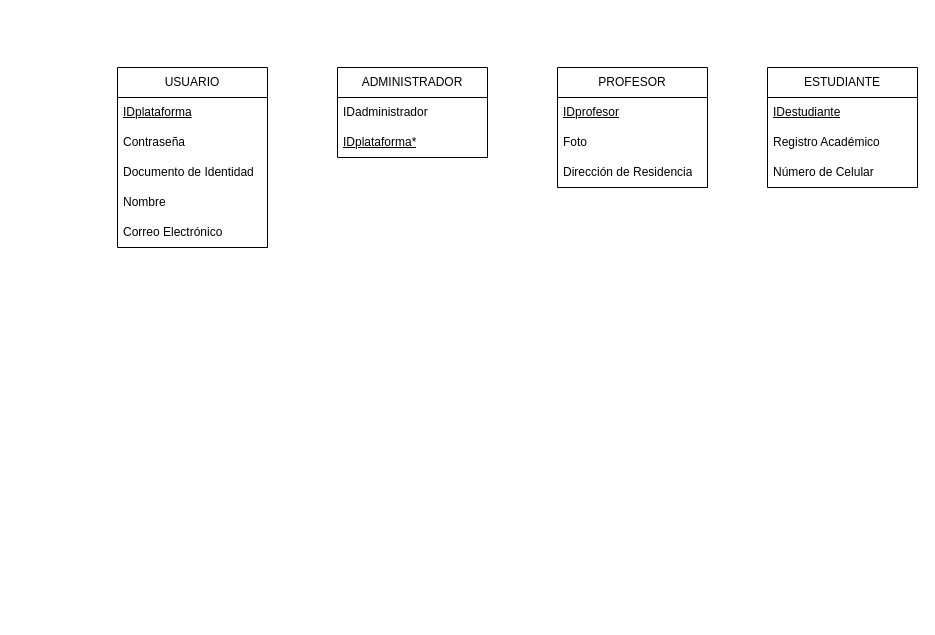
Before: Attenzio Esquema Relacional.drawio in 18luisc/Attenzio, a draw.io diagram. Source tidied: cells renumbered, new cells numbered last; positions are measured from the earlier drawing's top-left corner, leaving out a move shared by most shapes. Both pictures are drawn from the tidied source at 100%, with x=0, y=0 at pixel (117, 67).
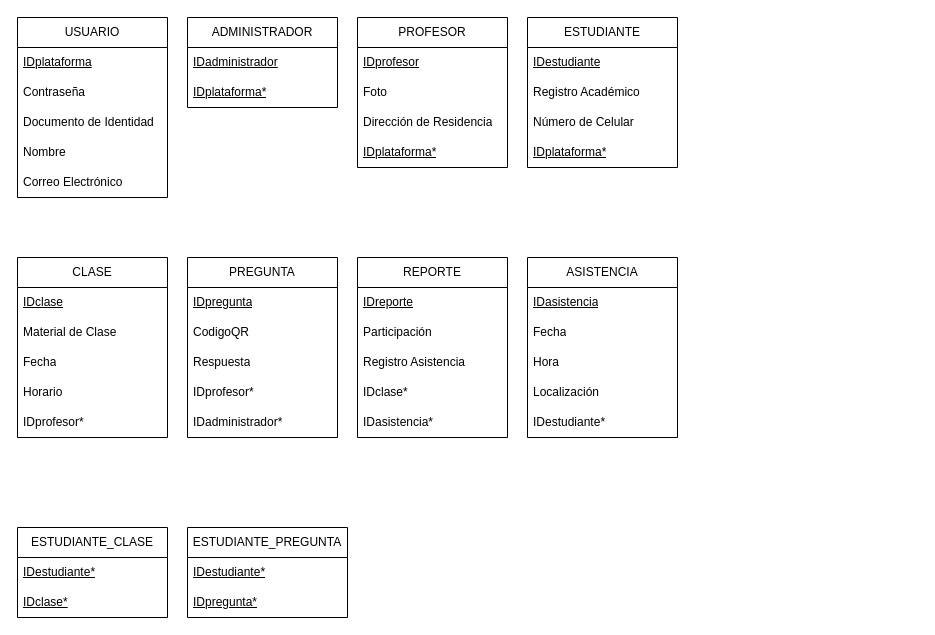
After the change.

Commit message:
Creación de las entidades faltantes REL

What changed in the source:
```diff
@@
     <mxCell id="2" value="USUARIO" style="swimlane;fontStyle=0;horizontal=1;startSize=30;whiteSpace=wrap;html=1;" parent="1" vertex="1">
-      <mxGeometry width="150" height="180" as="geometry" />
+      <mxGeometry x="-100" y="-50" width="150" height="180" as="geometry" />
     </mxCell>
@@
     <mxCell id="8" value="ADMINISTRADOR" style="swimlane;fontStyle=0;horizontal=1;startSize=30;whiteSpace=wrap;html=1;" parent="1" vertex="1">
-      <mxGeometry x="220" width="150" height="90" as="geometry" />
+      <mxGeometry x="70" y="-50" width="150" height="90" as="geometry" />
     </mxCell>
-    <mxCell id="9" value="IDadministrador" style="text;strokeColor=none;fillColor=none;align=left;verticalAlign=middle;spacingLeft=4;spacingRight=4;overflow=hidden;whiteSpace=wrap;html=1;" parent="8" vertex="1">
+    <mxCell id="9" value="&lt;u&gt;IDadministrador&lt;/u&gt;" style="text;strokeColor=none;fillColor=none;align=left;verticalAlign=middle;spacingLeft=4;spacingRight=4;overflow=hidden;whiteSpace=wrap;html=1;" parent="8" vertex="1">
       <mxGeometry y="30" width="150" height="30" as="geometry" />
     </mxCell>
@@
     <mxCell id="11" value="PROFESOR" style="swimlane;fontStyle=0;horizontal=1;startSize=30;whiteSpace=wrap;html=1;" parent="1" vertex="1">
-      <mxGeometry x="440" width="150" height="120" as="geometry" />
+      <mxGeometry x="240" y="-50" width="150" height="150" as="geometry" />
     </mxCell>
@@
+    <mxCell id="19" value="&lt;u&gt;IDplataforma*&lt;/u&gt;" style="text;strokeColor=none;fillColor=none;align=left;verticalAlign=middle;spacingLeft=4;spacingRight=4;overflow=hidden;whiteSpace=wrap;html=1;" parent="11" vertex="1">
+      <mxGeometry y="120" width="150" height="30" as="geometry" />
+    </mxCell>
     <mxCell id="15" value="ESTUDIANTE" style="swimlane;fontStyle=0;horizontal=1;startSize=30;whiteSpace=wrap;html=1;" parent="1" vertex="1">
-      <mxGeometry x="650" width="150" height="120" as="geometry" />
+      <mxGeometry x="410" y="-50" width="150" height="150" as="geometry" />
     </mxCell>
@@
+    <mxCell id="20" value="&lt;u&gt;IDplataforma*&lt;/u&gt;" style="text;strokeColor=none;fillColor=none;align=left;verticalAlign=middle;spacingLeft=4;spacingRight=4;overflow=hidden;whiteSpace=wrap;html=1;" parent="15" vertex="1">
+      <mxGeometry y="120" width="150" height="30" as="geometry" />
+    </mxCell>
+    <mxCell id="21" value="CLASE" style="swimlane;fontStyle=0;horizontal=1;startSize=30;whiteSpace=wrap;html=1;" parent="1" vertex="1">
+      <mxGeometry x="-100" y="190" width="150" height="180" as="geometry" />
+    </mxCell>
+    <mxCell id="22" value="&lt;u&gt;IDclase&lt;/u&gt;" style="text;strokeColor=none;fillColor=none;align=left;verticalAlign=middle;spacingLeft=4;spacingRight=4;overflow=hidden;whiteSpace=wrap;html=1;" parent="21" vertex="1">
+      <mxGeometry y="30" width="150" height="30" as="geometry" />
+    </mxCell>
+    <mxCell id="23" value="Material de Clase" style="text;strokeColor=none;fillColor=none;align=left;verticalAlign=middle;spacingLeft=4;spacingRight=4;overflow=hidden;whiteSpace=wrap;html=1;" parent="21" vertex="1">
+      <mxGeometry y="60" width="150" height="30" as="geometry" />
+    </mxCell>
+    <mxCell id="24" value="Fecha" style="text;strokeColor=none;fillColor=none;align=left;verticalAlign=middle;spacingLeft=4;spacingRight=4;overflow=hidden;whiteSpace=wrap;html=1;" parent="21" vertex="1">
+      <mxGeometry y="90" width="150" height="30" as="geometry" />
+    </mxCell>
+    <mxCell id="25" value="Horario" style="text;strokeColor=none;fillColor=none;align=left;verticalAlign=middle;spacingLeft=4;spacingRight=4;overflow=hidden;whiteSpace=wrap;html=1;" parent="21" vertex="1">
+      <mxGeometry y="120" width="150" height="30" as="geometry" />
+    </mxCell>
+    <mxCell id="26" value="IDprofesor*" style="text;strokeColor=none;fillColor=none;align=left;verticalAlign=middle;spacingLeft=4;spacingRight=4;overflow=hidden;whiteSpace=wrap;html=1;" parent="21" vertex="1">
+      <mxGeometry y="150" width="150" height="30" as="geometry" />
+    </mxCell>
+    <mxCell id="27" value="PREGUNTA" style="swimlane;fontStyle=0;horizontal=1;startSize=30;whiteSpace=wrap;html=1;" parent="1" vertex="1">
+      <mxGeometry x="70" y="190" width="150" height="180" as="geometry" />
+    </mxCell>
+    <mxCell id="28" value="&lt;u&gt;IDpregunta&lt;/u&gt;" style="text;strokeColor=none;fillColor=none;align=left;verticalAlign=middle;spacingLeft=4;spacingRight=4;overflow=hidden;whiteSpace=wrap;html=1;" parent="27" vertex="1">
+      <mxGeometry y="30" width="150" height="30" as="geometry" />
+    </mxCell>
+    <mxCell id="29" value="CodigoQR" style="text;strokeColor=none;fillColor=none;align=left;verticalAlign=middle;spacingLeft=4;spacingRight=4;overflow=hidden;whiteSpace=wrap;html=1;" parent="27" vertex="1">
+      <mxGeometry y="60" width="150" height="30" as="geometry" />
+    </mxCell>
+    <mxCell id="30" value="Respuesta" style="text;strokeColor=none;fillColor=none;align=left;verticalAlign=middle;spacingLeft=4;spacingRight=4;overflow=hidden;whiteSpace=wrap;html=1;" parent="27" vertex="1">
+      <mxGeometry y="90" width="150" height="30" as="geometry" />
+    </mxCell>
+    <mxCell id="31" value="IDprofesor*" style="text;strokeColor=none;fillColor=none;align=left;verticalAlign=middle;spacingLeft=4;spacingRight=4;overflow=hidden;whiteSpace=wrap;html=1;" parent="27" vertex="1">
+      <mxGeometry y="120" width="150" height="30" as="geometry" />
+    </mxCell>
+    <mxCell id="32" value="IDadministrador*" style="text;strokeColor=none;fillColor=none;align=left;verticalAlign=middle;spacingLeft=4;spacingRight=4;overflow=hidden;whiteSpace=wrap;html=1;" parent="27" vertex="1">
+      <mxGeometry y="150" width="150" height="30" as="geometry" />
+    </mxCell>
+    <mxCell id="33" value="REPORTE" style="swimlane;fontStyle=0;horizontal=1;startSize=30;whiteSpace=wrap;html=1;" parent="1" vertex="1">
+      <mxGeometry x="240" y="190" width="150" height="180" as="geometry" />
+    </mxCell>
+    <mxCell id="34" value="&lt;u&gt;IDreporte&lt;/u&gt;" style="text;strokeColor=none;fillColor=none;align=left;verticalAlign=middle;spacingLeft=4;spacingRight=4;overflow=hidden;whiteSpace=wrap;html=1;" parent="33" vertex="1">
+      <mxGeometry y="30" width="150" height="30" as="geometry" />
+    </mxCell>
+    <mxCell id="35" value="Participación" style="text;strokeColor=none;fillColor=none;align=left;verticalAlign=middle;spacingLeft=4;spacingRight=4;overflow=hidden;whiteSpace=wrap;html=1;" parent="33" vertex="1">
+      <mxGeometry y="60" width="150" height="30" as="geometry" />
+    </mxCell>
+    <mxCell id="36" value="Registro Asistencia" style="text;strokeColor=none;fillColor=none;align=left;verticalAlign=middle;spacingLeft=4;spacingRight=4;overflow=hidden;whiteSpace=wrap;html=1;" parent="33" vertex="1">
+      <mxGeometry y="90" width="150" height="30" as="geometry" />
+    </mxCell>
+    <mxCell id="37" value="IDclase*" style="text;strokeColor=none;fillColor=none;align=left;verticalAlign=middle;spacingLeft=4;spacingRight=4;overflow=hidden;whiteSpace=wrap;html=1;" parent="33" vertex="1">
+      <mxGeometry y="120" width="150" height="30" as="geometry" />
+    </mxCell>
+    <mxCell id="38" value="IDasistencia*" style="text;strokeColor=none;fillColor=none;align=left;verticalAlign=middle;spacingLeft=4;spacingRight=4;overflow=hidden;whiteSpace=wrap;html=1;" parent="33" vertex="1">
+      <mxGeometry y="150" width="150" height="30" as="geometry" />
+    </mxCell>
+    <mxCell id="39" value="ASISTENCIA" style="swimlane;fontStyle=0;horizontal=1;startSize=30;whiteSpace=wrap;html=1;" parent="1" vertex="1">
+      <mxGeometry x="410" y="190" width="150" height="180" as="geometry" />
+    </mxCell>
+    <mxCell id="40" value="&lt;u&gt;IDasistencia&lt;/u&gt;" style="text;strokeColor=none;fillColor=none;align=left;verticalAlign=middle;spacingLeft=4;spacingRight=4;overflow=hidden;whiteSpace=wrap;html=1;" parent="39" vertex="1">
+      <mxGeometry y="30" width="150" height="30" as="geometry" />
+    </mxCell>
+    <mxCell id="41" value="Fecha" style="text;strokeColor=none;fillColor=none;align=left;verticalAlign=middle;spacingLeft=4;spacingRight=4;overflow=hidden;whiteSpace=wrap;html=1;" parent="39" vertex="1">
+      <mxGeometry y="60" width="150" height="30" as="geometry" />
+    </mxCell>
+    <mxCell id="42" value="Hora" style="text;strokeColor=none;fillColor=none;align=left;verticalAlign=middle;spacingLeft=4;spacingRight=4;overflow=hidden;whiteSpace=wrap;html=1;" parent="39" vertex="1">
+      <mxGeometry y="90" width="150" height="30" as="geometry" />
+    </mxCell>
+    <mxCell id="43" value="Localización" style="text;strokeColor=none;fillColor=none;align=left;verticalAlign=middle;spacingLeft=4;spacingRight=4;overflow=hidden;whiteSpace=wrap;html=1;" parent="39" vertex="1">
+      <mxGeometry y="120" width="150" height="30" as="geometry" />
+    </mxCell>
+    <mxCell id="44" value="IDestudiante*" style="text;strokeColor=none;fillColor=none;align=left;verticalAlign=middle;spacingLeft=4;spacingRight=4;overflow=hidden;whiteSpace=wrap;html=1;" parent="39" vertex="1">
+      <mxGeometry y="150" width="150" height="30" as="geometry" />
+    </mxCell>
+    <mxCell id="45" value="ESTUDIANTE_CLASE" style="swimlane;fontStyle=0;horizontal=1;startSize=30;whiteSpace=wrap;html=1;" parent="1" vertex="1">
+      <mxGeometry x="-100" y="460" width="150" height="90" as="geometry" />
+    </mxCell>
+    <mxCell id="46" value="&lt;u&gt;IDestudiante*&lt;/u&gt;" style="text;strokeColor=none;fillColor=none;align=left;verticalAlign=middle;spacingLeft=4;spacingRight=4;overflow=hidden;whiteSpace=wrap;html=1;" parent="45" vertex="1">
+      <mxGeometry y="30" width="150" height="30" as="geometry" />
+    </mxCell>
+    <mxCell id="47" value="&lt;u&gt;IDclase*&lt;/u&gt;" style="text;strokeColor=none;fillColor=none;align=left;verticalAlign=middle;spacingLeft=4;spacingRight=4;overflow=hidden;whiteSpace=wrap;html=1;" parent="45" vertex="1">
+      <mxGeometry y="60" width="150" height="30" as="geometry" />
+    </mxCell>
+    <mxCell id="48" value="ESTUDIANTE_PREGUNTA" style="swimlane;fontStyle=0;horizontal=1;startSize=30;whiteSpace=wrap;html=1;" parent="1" vertex="1">
+      <mxGeometry x="70" y="460" width="160" height="90" as="geometry" />
+    </mxCell>
+    <mxCell id="49" value="&lt;u&gt;IDestudiante*&lt;/u&gt;" style="text;strokeColor=none;fillColor=none;align=left;verticalAlign=middle;spacingLeft=4;spacingRight=4;overflow=hidden;whiteSpace=wrap;html=1;" parent="48" vertex="1">
+      <mxGeometry y="30" width="160" height="30" as="geometry" />
+    </mxCell>
+    <mxCell id="50" value="&lt;u&gt;IDpregunta*&lt;/u&gt;" style="text;strokeColor=none;fillColor=none;align=left;verticalAlign=middle;spacingLeft=4;spacingRight=4;overflow=hidden;whiteSpace=wrap;html=1;" parent="48" vertex="1">
+      <mxGeometry y="60" width="160" height="30" as="geometry" />
+    </mxCell>
```
